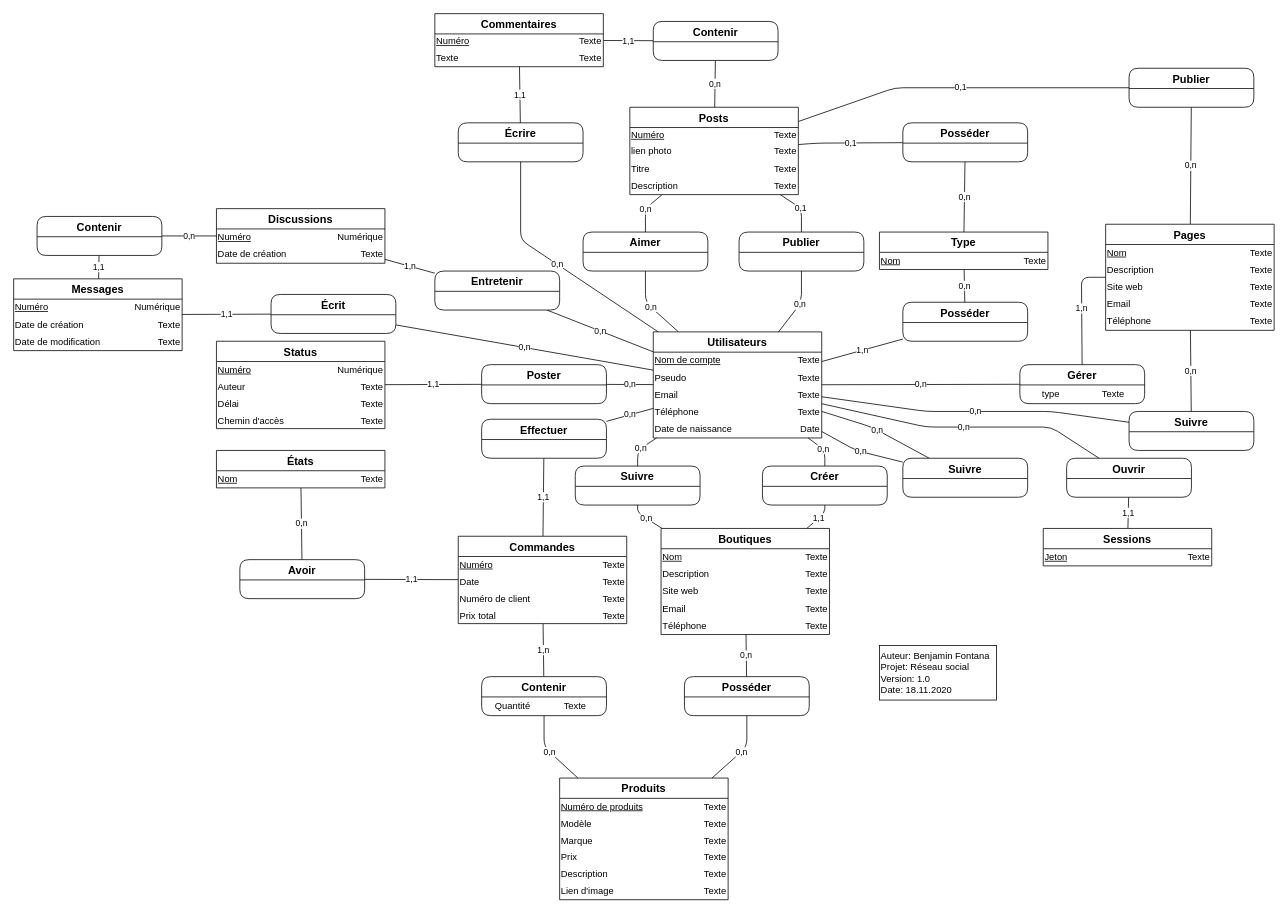
The draw.io diagram MCD RS.drawio in R0kkxSynetique/MA-08-Modele_ReseauSocial, before the edit. Source tidied: cells renumbered, new cells numbered last; positions are measured from the earlier drawing's top-left corner, leaving out a move shared by most shapes. Both pictures are drawn from the tidied source at 78%, with x=0, y=0 at pixel (13, 13).
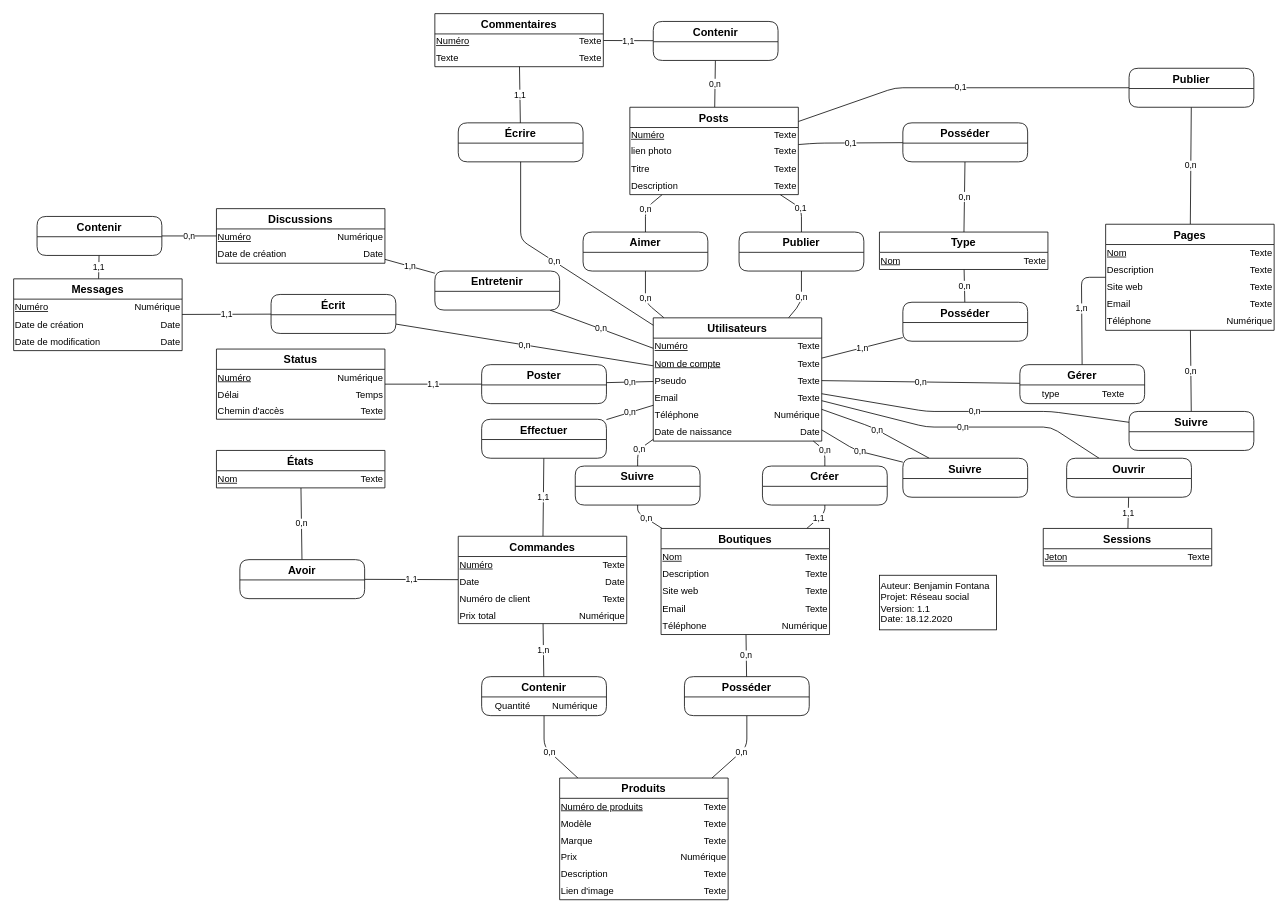
Above is the later version.

Commit message:
updated MCD data types etc

The change refers to these unchanged cells:
```xml
<mxCell id="58" style="shape=partialRectangle;html=1;whiteSpace=wrap;fillColor=none;top=0;left=0;bottom=0;right=0;" parent="57" vertex="1">
  <mxGeometry width="160" height="24" as="geometry" />
</mxCell>
<mxCell id="72" style="shape=partialRectangle;html=1;whiteSpace=wrap;fillColor=none;top=0;left=0;bottom=0;right=0;" parent="62" vertex="1">
  <mxGeometry y="66" width="216" height="20" as="geometry" />
</mxCell>
<mxCell id="111" style="shape=partialRectangle;html=1;whiteSpace=wrap;fillColor=none;top=0;left=0;bottom=0;right=0;" parent="107" vertex="1">
  <mxGeometry y="22" width="216" height="22" as="geometry" />
</mxCell>
<mxCell id="159" style="shape=partialRectangle;html=1;whiteSpace=wrap;fillColor=none;top=0;left=0;bottom=0;right=0;" parent="146" vertex="1">
  <mxGeometry y="88" width="216" height="22" as="geometry" />
</mxCell>
<mxCell id="183" style="shape=partialRectangle;html=1;whiteSpace=wrap;fillColor=none;top=0;left=0;bottom=0;right=0;" parent="179" vertex="1">
  <mxGeometry y="22" width="216" height="22" as="geometry" />
</mxCell>
<mxCell id="186" style="shape=partialRectangle;html=1;whiteSpace=wrap;fillColor=none;top=0;left=0;bottom=0;right=0;" parent="179" vertex="1">
  <mxGeometry y="44" width="216" height="22" as="geometry" />
</mxCell>
<mxCell id="211" style="shape=partialRectangle;html=1;whiteSpace=wrap;fillColor=none;top=0;left=0;bottom=0;right=0;" parent="207" vertex="1">
  <mxGeometry y="22" width="216" height="22" as="geometry" />
</mxCell>
<mxCell id="217" style="shape=partialRectangle;html=1;whiteSpace=wrap;fillColor=none;top=0;left=0;bottom=0;right=0;" parent="207" vertex="1">
  <mxGeometry y="66" width="216" height="20" as="geometry" />
</mxCell>
<mxCell id="234" style="shape=partialRectangle;html=1;whiteSpace=wrap;fillColor=none;top=0;left=0;bottom=0;right=0;" parent="221" vertex="1">
  <mxGeometry y="88" width="216" height="22" as="geometry" />
</mxCell>
```

The edit, as a diff of the source:
```diff
@@
     <mxCell id="8" value="Utilisateurs" style="swimlane;fontStyle=1;horizontal=1;startSize=26;align=center;fontSize=14;rounded=0;swimlaneFillColor=#ffffff;" parent="1" vertex="1">
-      <mxGeometry x="820" y="408" width="216" height="136" as="geometry" />
+      <mxGeometry x="820" y="390" width="216" height="158" as="geometry" />
     </mxCell>
     <mxCell id="9" style="shape=table;html=1;whiteSpace=wrap;startSize=0;childLayout=tableLayout;fillColor=none;strokeColor=none;" parent="8" vertex="1">
-      <mxGeometry y="26" width="216" height="110" as="geometry" />
+      <mxGeometry y="26" width="216" height="132" as="geometry" />
     </mxCell>
+    <mxCell id="305" style="shape=partialRectangle;html=1;whiteSpace=wrap;fillColor=none;top=0;left=0;bottom=0;right=0;" parent="9" vertex="1">
+      <mxGeometry width="216" height="22" as="geometry" />
+    </mxCell>
+    <mxCell id="306" value="Numéro" style="shape=partialRectangle;html=1;whiteSpace=wrap;fillColor=none;top=0;left=0;bottom=0;right=0;overflow=hidden;strokeColor=none;align=left;fontStyle=4;" parent="305" vertex="1">
+      <mxGeometry width="108" height="22" as="geometry" />
+    </mxCell>
+    <mxCell id="169" value="Texte" style="shape=partialRectangle;html=1;whiteSpace=wrap;fillColor=none;top=0;left=0;bottom=0;right=0;overflow=hidden;align=right;" parent="305" vertex="1">
+      <mxGeometry x="108" width="108" height="22" as="geometry" />
+    </mxCell>
     <mxCell id="10" style="shape=partialRectangle;html=1;whiteSpace=wrap;fillColor=none;top=0;left=0;bottom=0;right=0;" parent="9" vertex="1">
-      <mxGeometry width="216" height="22" as="geometry" />
+      <mxGeometry y="22" width="216" height="22" as="geometry" />
     </mxCell>
@@
     <mxCell id="13" style="shape=partialRectangle;html=1;whiteSpace=wrap;fillColor=none;top=0;left=0;bottom=0;right=0;" parent="9" vertex="1">
-      <mxGeometry y="22" width="216" height="22" as="geometry" />
+      <mxGeometry y="44" width="216" height="22" as="geometry" />
     </mxCell>
@@
     <mxCell id="16" style="shape=partialRectangle;html=1;whiteSpace=wrap;fillColor=none;top=0;left=0;bottom=0;right=0;" parent="9" vertex="1">
-      <mxGeometry y="44" width="216" height="22" as="geometry" />
+      <mxGeometry y="66" width="216" height="22" as="geometry" />
     </mxCell>
@@
     <mxCell id="19" style="shape=partialRectangle;html=1;whiteSpace=wrap;fillColor=none;top=0;left=0;bottom=0;right=0;" parent="9" vertex="1">
-      <mxGeometry y="66" width="216" height="22" as="geometry" />
+      <mxGeometry y="88" width="216" height="22" as="geometry" />
     </mxCell>
@@
-    <mxCell id="21" value="Texte" style="shape=partialRectangle;html=1;whiteSpace=wrap;fillColor=none;top=0;left=0;bottom=0;right=0;overflow=hidden;align=right;" parent="19" vertex="1">
+    <mxCell id="21" value="Numérique" style="shape=partialRectangle;html=1;whiteSpace=wrap;fillColor=none;top=0;left=0;bottom=0;right=0;overflow=hidden;align=right;" parent="19" vertex="1">
       <mxGeometry x="108" width="108" height="22" as="geometry" />
     </mxCell>
     <mxCell id="22" style="shape=partialRectangle;html=1;whiteSpace=wrap;fillColor=none;top=0;left=0;bottom=0;right=0;" parent="9" vertex="1">
-      <mxGeometry y="88" width="216" height="22" as="geometry" />
+      <mxGeometry y="110" width="216" height="22" as="geometry" />
     </mxCell>
@@
-    <mxCell id="60" value="Texte" style="shape=partialRectangle;html=1;whiteSpace=wrap;fillColor=none;top=0;left=0;bottom=0;right=0;overflow=hidden;" parent="58" vertex="1">
+    <mxCell id="60" value="Numérique" style="shape=partialRectangle;html=1;whiteSpace=wrap;fillColor=none;top=0;left=0;bottom=0;right=0;overflow=hidden;" parent="58" vertex="1">
       <mxGeometry x="80" width="80" height="24" as="geometry" />
     </mxCell>
@@
-    <mxCell id="74" value="Texte" style="shape=partialRectangle;html=1;whiteSpace=wrap;fillColor=none;top=0;left=0;bottom=0;right=0;overflow=hidden;align=right;" parent="72" vertex="1">
+    <mxCell id="74" value="Numérique" style="shape=partialRectangle;html=1;whiteSpace=wrap;fillColor=none;top=0;left=0;bottom=0;right=0;overflow=hidden;align=right;" parent="72" vertex="1">
       <mxGeometry x="110" width="106" height="20" as="geometry" />
     </mxCell>
@@
-    <mxCell id="113" value="Texte" style="shape=partialRectangle;html=1;whiteSpace=wrap;fillColor=none;top=0;left=0;bottom=0;right=0;overflow=hidden;align=right;" parent="111" vertex="1">
+    <mxCell id="113" value="Date" style="shape=partialRectangle;html=1;whiteSpace=wrap;fillColor=none;top=0;left=0;bottom=0;right=0;overflow=hidden;align=right;" parent="111" vertex="1">
       <mxGeometry x="108" width="108" height="22" as="geometry" />
     </mxCell>
@@
-    <mxCell id="132" value="Auteur: Benjamin Fontana&lt;br&gt;Projet: Réseau social&lt;br&gt;Version: 1.0&lt;br&gt;&lt;div&gt;&lt;span&gt;Date: 18.11.2020&lt;/span&gt;&lt;/div&gt;" style="rounded=0;whiteSpace=wrap;html=1;align=left;" parent="1" vertex="1">
-      <mxGeometry x="1110" y="810" width="150" height="70" as="geometry" />
+    <mxCell id="132" value="Auteur: Benjamin Fontana&lt;br&gt;Projet: Réseau social&lt;br&gt;Version: 1.1&lt;br&gt;&lt;div&gt;&lt;span&gt;Date: 18.12.2020&lt;/span&gt;&lt;/div&gt;" style="rounded=0;whiteSpace=wrap;html=1;align=left;" parent="1" vertex="1">
+      <mxGeometry x="1110" y="720" width="150" height="70" as="geometry" />
     </mxCell>
@@
-    <mxCell id="161" value="Texte" style="shape=partialRectangle;html=1;whiteSpace=wrap;fillColor=none;top=0;left=0;bottom=0;right=0;overflow=hidden;align=right;" parent="159" vertex="1">
+    <mxCell id="161" value="Numérique" style="shape=partialRectangle;html=1;whiteSpace=wrap;fillColor=none;top=0;left=0;bottom=0;right=0;overflow=hidden;align=right;" parent="159" vertex="1">
       <mxGeometry x="108" width="108" height="22" as="geometry" />
     </mxCell>
     <mxCell id="162" value="Status" style="swimlane;fontStyle=1;horizontal=1;startSize=26;align=center;fontSize=14;rounded=0;swimlaneFillColor=#ffffff;" parent="1" vertex="1">
-      <mxGeometry x="260" y="420" width="216" height="112" as="geometry" />
+      <mxGeometry x="260" y="430" width="216" height="90" as="geometry" />
     </mxCell>
     <mxCell id="163" style="shape=table;html=1;whiteSpace=wrap;startSize=0;childLayout=tableLayout;fillColor=none;strokeColor=none;" parent="162" vertex="1">
-      <mxGeometry y="26" width="216" height="86" as="geometry" />
+      <mxGeometry y="26" width="216" height="64" as="geometry" />
     </mxCell>
@@
-    <mxCell id="167" style="shape=partialRectangle;html=1;whiteSpace=wrap;fillColor=none;top=0;left=0;bottom=0;right=0;" parent="163" vertex="1">
-      <mxGeometry y="22" width="216" height="22" as="geometry" />
-    </mxCell>
-    <mxCell id="168" value="Auteur" style="shape=partialRectangle;html=1;whiteSpace=wrap;fillColor=none;top=0;left=0;bottom=0;right=0;overflow=hidden;align=left;" parent="167" vertex="1">
-      <mxGeometry width="108" height="22" as="geometry" />
-    </mxCell>
-    <mxCell id="169" value="Texte" style="shape=partialRectangle;html=1;whiteSpace=wrap;fillColor=none;top=0;left=0;bottom=0;right=0;overflow=hidden;align=right;" parent="167" vertex="1">
-      <mxGeometry x="108" width="108" height="22" as="geometry" />
-    </mxCell>
     <mxCell id="170" style="shape=partialRectangle;html=1;whiteSpace=wrap;fillColor=none;top=0;left=0;bottom=0;right=0;" parent="163" vertex="1">
-      <mxGeometry y="44" width="216" height="22" as="geometry" />
+      <mxGeometry y="22" width="216" height="22" as="geometry" />
     </mxCell>
@@
-    <mxCell id="172" value="Texte" style="shape=partialRectangle;html=1;whiteSpace=wrap;fillColor=none;top=0;left=0;bottom=0;right=0;overflow=hidden;align=right;" parent="170" vertex="1">
+    <mxCell id="172" value="Temps" style="shape=partialRectangle;html=1;whiteSpace=wrap;fillColor=none;top=0;left=0;bottom=0;right=0;overflow=hidden;align=right;" parent="170" vertex="1">
       <mxGeometry x="108" width="108" height="22" as="geometry" />
     </mxCell>
     <mxCell id="173" style="shape=partialRectangle;html=1;whiteSpace=wrap;fillColor=none;top=0;left=0;bottom=0;right=0;" parent="163" vertex="1">
-      <mxGeometry y="66" width="216" height="20" as="geometry" />
+      <mxGeometry y="44" width="216" height="20" as="geometry" />
     </mxCell>
@@
-    <mxCell id="185" value="Texte" style="shape=partialRectangle;html=1;whiteSpace=wrap;fillColor=none;top=0;left=0;bottom=0;right=0;overflow=hidden;align=right;" parent="183" vertex="1">
+    <mxCell id="185" value="Date" style="shape=partialRectangle;html=1;whiteSpace=wrap;fillColor=none;top=0;left=0;bottom=0;right=0;overflow=hidden;align=right;" parent="183" vertex="1">
       <mxGeometry x="120" width="96" height="22" as="geometry" />
     </mxCell>
@@
-    <mxCell id="188" value="Texte" style="shape=partialRectangle;html=1;whiteSpace=wrap;fillColor=none;top=0;left=0;bottom=0;right=0;overflow=hidden;align=right;" parent="186" vertex="1">
+    <mxCell id="188" value="Date" style="shape=partialRectangle;html=1;whiteSpace=wrap;fillColor=none;top=0;left=0;bottom=0;right=0;overflow=hidden;align=right;" parent="186" vertex="1">
       <mxGeometry x="120" width="96" height="22" as="geometry" />
     </mxCell>
@@
-    <mxCell id="213" value="Texte" style="shape=partialRectangle;html=1;whiteSpace=wrap;fillColor=none;top=0;left=0;bottom=0;right=0;overflow=hidden;align=right;" parent="211" vertex="1">
+    <mxCell id="213" value="Date" style="shape=partialRectangle;html=1;whiteSpace=wrap;fillColor=none;top=0;left=0;bottom=0;right=0;overflow=hidden;align=right;" parent="211" vertex="1">
       <mxGeometry x="108" width="108" height="22" as="geometry" />
     </mxCell>
@@
-    <mxCell id="219" value="Texte" style="shape=partialRectangle;html=1;whiteSpace=wrap;fillColor=none;top=0;left=0;bottom=0;right=0;overflow=hidden;align=right;" parent="217" vertex="1">
+    <mxCell id="219" value="Numérique" style="shape=partialRectangle;html=1;whiteSpace=wrap;fillColor=none;top=0;left=0;bottom=0;right=0;overflow=hidden;align=right;" parent="217" vertex="1">
       <mxGeometry x="108" width="108" height="20" as="geometry" />
     </mxCell>
@@
-    <mxCell id="236" value="Texte" style="shape=partialRectangle;html=1;whiteSpace=wrap;fillColor=none;top=0;left=0;bottom=0;right=0;overflow=hidden;align=right;" parent="234" vertex="1">
+    <mxCell id="236" value="Numérique" style="shape=partialRectangle;html=1;whiteSpace=wrap;fillColor=none;top=0;left=0;bottom=0;right=0;overflow=hidden;align=right;" parent="234" vertex="1">
       <mxGeometry x="108" width="108" height="22" as="geometry" />
     </mxCell>
```
